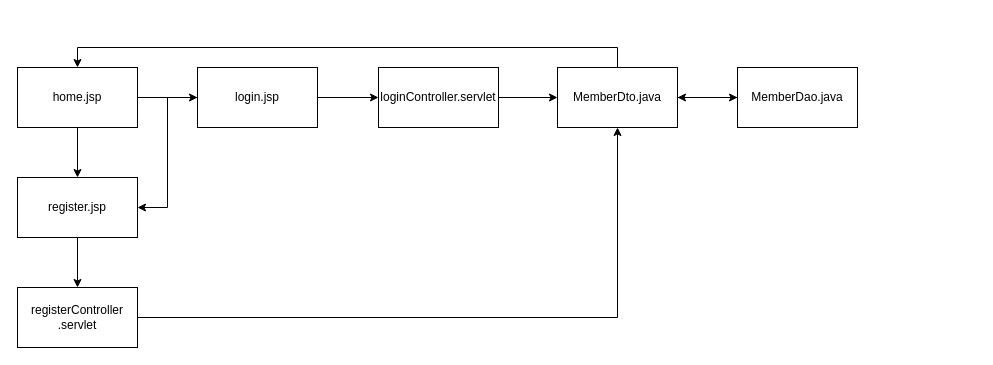
Above: Untitled Diagram.drawio in dailyzett/sample-code (draw.io), before the change. Source tidied: cells renumbered, new cells numbered last; positions are measured from the earlier drawing's top-left corner, leaving out a move shared by most shapes. Both pictures are drawn from the tidied source at 100%, with x=0, y=0 at pixel (17, 47).
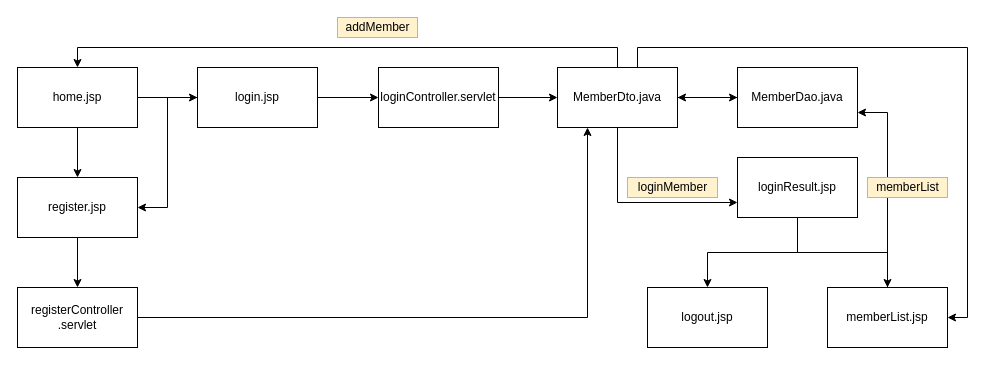
The same page after the edit.

Unchanged cells that the change refers to:
```xml
<mxCell id="14" value="MemberDto.java" style="rounded=0;whiteSpace=wrap;html=1;" parent="1" vertex="1">
  <mxGeometry x="540" y="20" width="120" height="60" as="geometry" />
</mxCell>
<mxCell id="16" value="MemberDao.java" style="rounded=0;whiteSpace=wrap;html=1;" parent="1" vertex="1">
  <mxGeometry x="720" y="20" width="120" height="60" as="geometry" />
</mxCell>
<mxCell id="18" value="registerController&lt;br&gt;.servlet" style="rounded=0;whiteSpace=wrap;html=1;" parent="1" vertex="1">
  <mxGeometry y="240" width="120" height="60" as="geometry" />
</mxCell>
```

What changed in the source:
```diff
@@
+    <mxCell id="19" style="edgeStyle=orthogonalEdgeStyle;rounded=0;jettySize=auto;html=1;entryX=1;entryY=0.5;entryDx=0;entryDy=0;" parent="1" edge="1" source="14" target="26">
+      <mxGeometry relative="1" as="geometry">
+        <Array as="points">
+          <mxPoint x="620" />
+          <mxPoint x="950" />
+          <mxPoint x="950" y="270" />
+        </Array>
+      </mxGeometry>
+    </mxCell>
+    <mxCell id="20" style="edgeStyle=orthogonalEdgeStyle;rounded=0;jettySize=auto;html=1;entryX=0;entryY=0.75;entryDx=0;entryDy=0;" parent="1" edge="1" source="14" target="23">
+      <mxGeometry relative="1" as="geometry">
+        <Array as="points">
+          <mxPoint x="600" y="155" />
+        </Array>
+      </mxGeometry>
+    </mxCell>
@@
-    <mxCell id="17" style="edgeStyle=orthogonalEdgeStyle;rounded=0;jettySize=auto;html=1;entryX=0.5;entryY=1;entryDx=0;entryDy=0;" parent="1" edge="1" source="18" target="14">
+    <mxCell id="17" style="edgeStyle=orthogonalEdgeStyle;rounded=0;jettySize=auto;html=1;entryX=0.25;entryY=1;entryDx=0;entryDy=0;" parent="1" edge="1" source="18" target="14">
       <mxGeometry relative="1" as="geometry" />
     </mxCell>
@@
+    <mxCell id="21" style="edgeStyle=orthogonalEdgeStyle;rounded=0;jettySize=auto;html=1;entryX=0.5;entryY=0;entryDx=0;entryDy=0;" parent="1" edge="1" source="23" target="24">
+      <mxGeometry relative="1" as="geometry" />
+    </mxCell>
+    <mxCell id="22" style="edgeStyle=orthogonalEdgeStyle;rounded=0;jettySize=auto;html=1;entryX=0.5;entryY=0;entryDx=0;entryDy=0;" parent="1" edge="1" source="23" target="26">
+      <mxGeometry relative="1" as="geometry" />
+    </mxCell>
+    <mxCell id="23" value="loginResult.jsp" style="rounded=0;whiteSpace=wrap;html=1;" parent="1" vertex="1">
+      <mxGeometry x="720" y="110" width="120" height="60" as="geometry" />
+    </mxCell>
+    <mxCell id="24" value="logout.jsp" style="rounded=0;whiteSpace=wrap;html=1;" parent="1" vertex="1">
+      <mxGeometry x="630" y="240" width="120" height="60" as="geometry" />
+    </mxCell>
+    <mxCell id="25" style="edgeStyle=orthogonalEdgeStyle;rounded=0;jettySize=auto;html=1;entryX=1;entryY=0.75;entryDx=0;entryDy=0;" parent="1" edge="1" source="26" target="16">
+      <mxGeometry relative="1" as="geometry" />
+    </mxCell>
+    <mxCell id="26" value="memberList.jsp" style="rounded=0;whiteSpace=wrap;html=1;" parent="1" vertex="1">
+      <mxGeometry x="810" y="240" width="120" height="60" as="geometry" />
+    </mxCell>
+    <mxCell id="27" value="memberList" style="text;html=1;align=center;verticalAlign=middle;rotation=0;glass=0;fillColor=#fff2cc;strokeColor=#d6b656;" parent="1" vertex="1">
+      <mxGeometry x="850" y="130" width="80" height="20" as="geometry" />
+    </mxCell>
+    <mxCell id="28" value="addMember" style="text;html=1;align=center;verticalAlign=middle;rotation=0;glass=0;fillColor=#fff2cc;strokeColor=#d6b656;" parent="1" vertex="1">
+      <mxGeometry x="320" y="-30" width="80" height="20" as="geometry" />
+    </mxCell>
+    <mxCell id="29" value="loginMember" style="text;html=1;align=center;verticalAlign=middle;rotation=0;glass=0;fillColor=#fff2cc;strokeColor=#d6b656;" parent="1" vertex="1">
+      <mxGeometry x="610" y="130" width="90" height="20" as="geometry" />
+    </mxCell>
```
